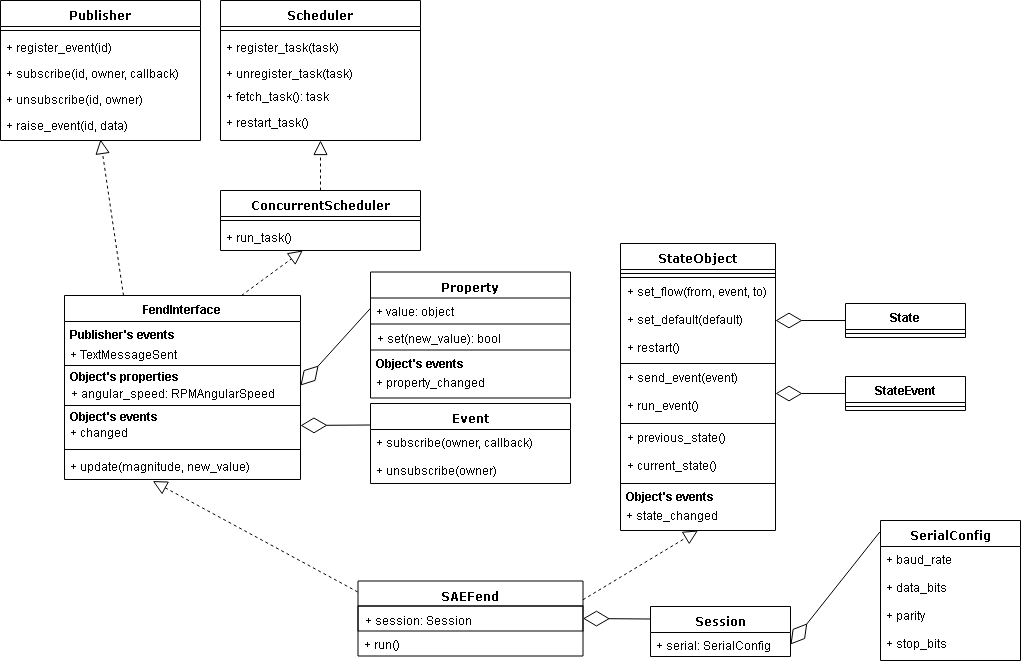
The draw.io diagram docs/SAEFend_UML.png in Kammann123/sae_fend, before a commit. Source tidied: cells renumbered, new cells last; positions are measured from the earlier drawing's top-left corner, leaving out a move shared by most shapes.
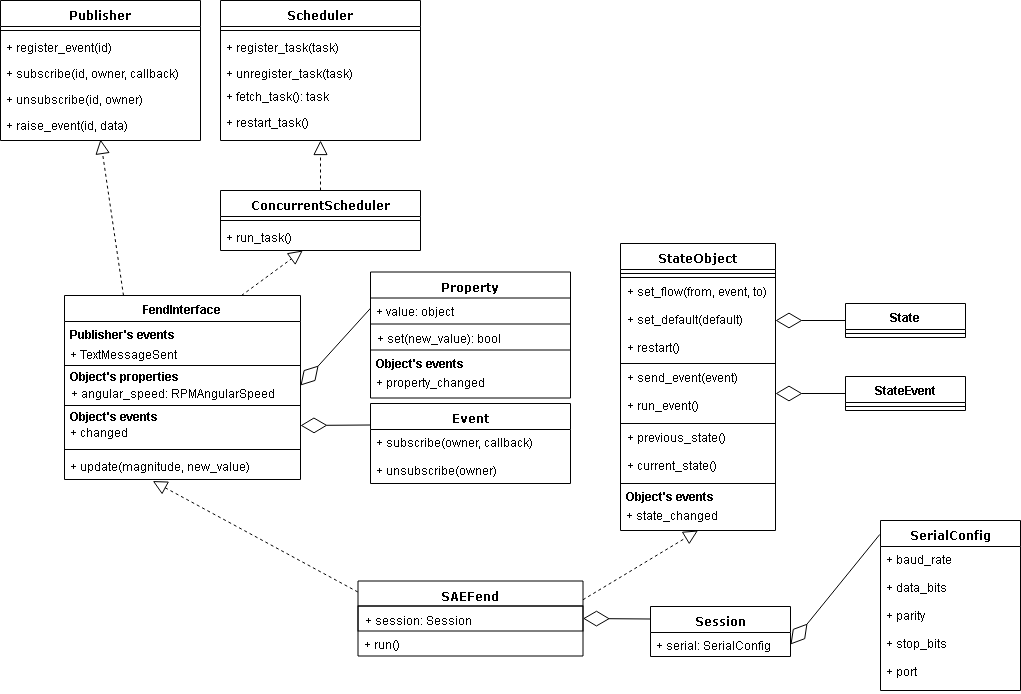
The same file after the commit.

Change to the diagram source:
```diff
@@ -178,10 +178,10 @@
       <mxGeometry relative="1" as="geometry" />
     </mxCell>
     <mxCell id="59" value="SerialConfig" style="swimlane;html=1;fontStyle=1;align=center;verticalAlign=top;horizontal=1;startSize=26;swimlaneFillColor=#ffffff;rounded=0;shadow=0;comic=0;labelBackgroundColor=none;strokeColor=#000000;strokeWidth=1;fillColor=none;fontFamily=Verdana;fontSize=12;fontColor=#000000;" parent="1" vertex="1">
-      <mxGeometry x="880" y="520" width="140" height="140" as="geometry" />
+      <mxGeometry x="880" y="520" width="140" height="170" as="geometry" />
     </mxCell>
-    <mxCell id="60" value="+ baud_rate&lt;br&gt;&lt;br&gt;+ data_bits&lt;br&gt;&lt;br&gt;+ parity&lt;br&gt;&lt;br&gt;+ stop_bits" style="text;html=1;strokeColor=none;fillColor=none;align=left;verticalAlign=top;spacingLeft=4;spacingRight=4;whiteSpace=wrap;overflow=hidden;" parent="59" vertex="1">
-      <mxGeometry y="26" width="140" height="114" as="geometry" />
+    <mxCell id="60" value="+ baud_rate&lt;br&gt;&lt;br&gt;+ data_bits&lt;br&gt;&lt;br&gt;+ parity&lt;br&gt;&lt;br&gt;+ stop_bits&lt;br&gt;&lt;br&gt;+ port" style="text;html=1;strokeColor=none;fillColor=none;align=left;verticalAlign=top;spacingLeft=4;spacingRight=4;whiteSpace=wrap;overflow=hidden;" parent="59" vertex="1">
+      <mxGeometry y="26" width="140" height="144" as="geometry" />
     </mxCell>
     <mxCell id="61" style="endArrow=diamondThin;endFill=0;endSize=24;html=1;fontSize=14;fontColor=#000000;entryX=1;entryY=0.5;entryDx=0;entryDy=0;exitX=-0.005;exitY=0.082;exitDx=0;exitDy=0;exitPerimeter=0;" parent="1" edge="1" source="59">
       <mxGeometry relative="1" as="geometry">
```
